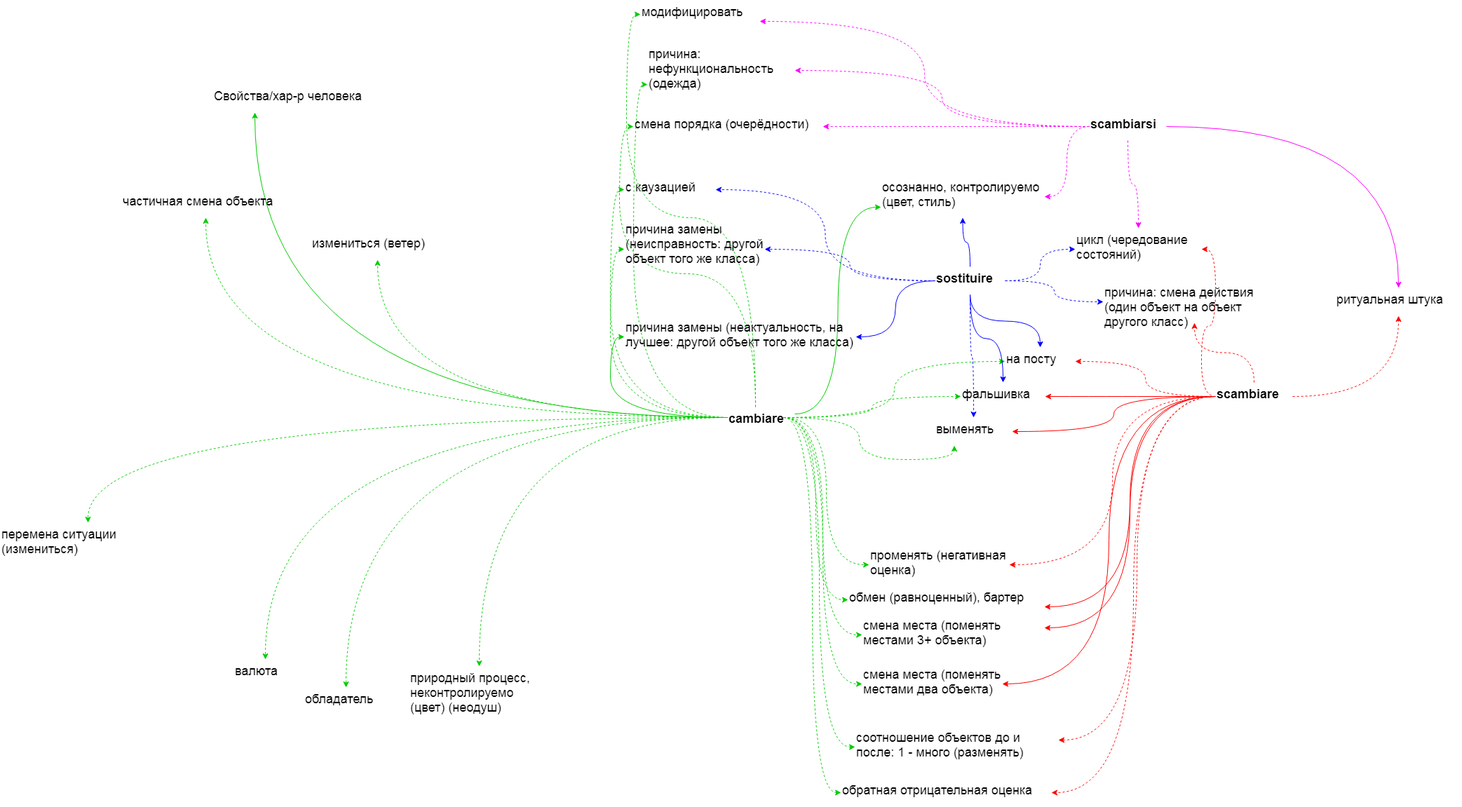
Earlier version of the draw.io export итал.png (JanaKoko/try). Source tidied: cells renumbered, new cells last; positions are measured from the earlier drawing's top-left corner, leaving out a move shared by most shapes.
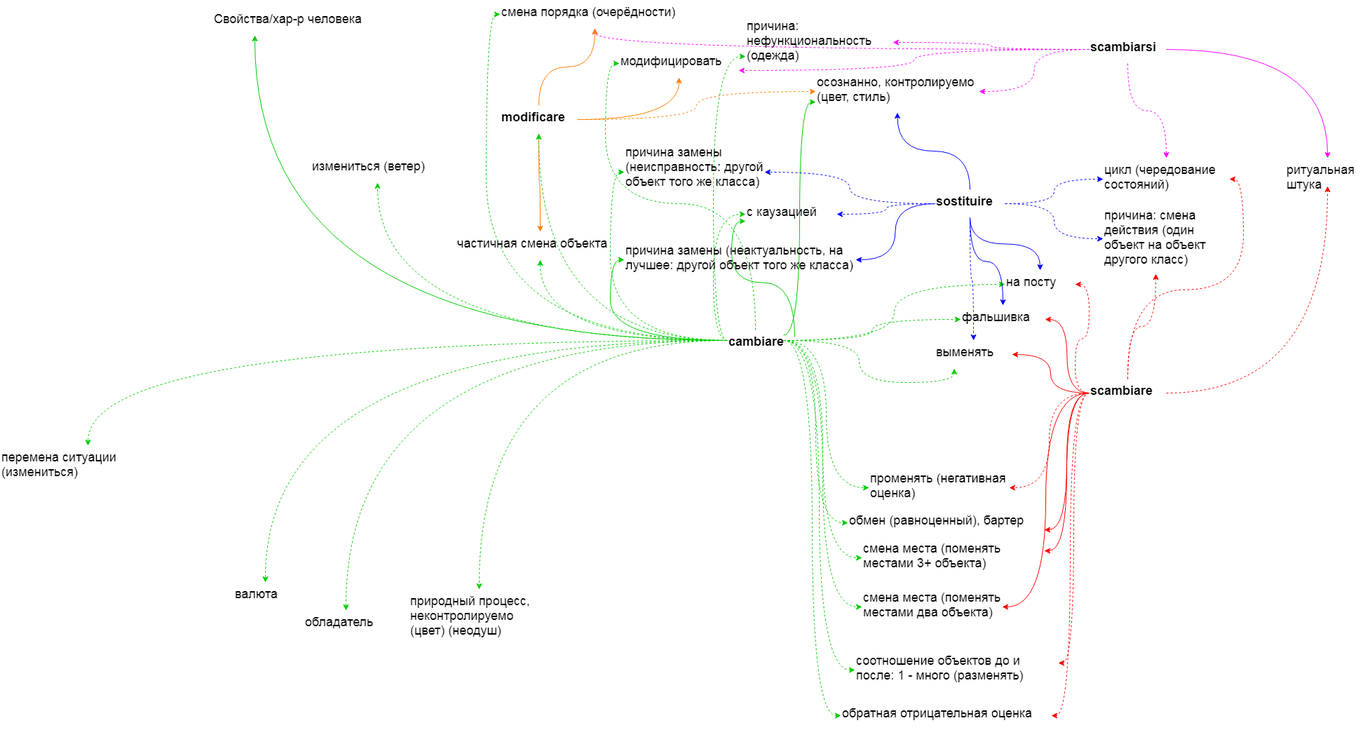
The same file after the commit.

What changed in the source:
```diff
@@ -8,17 +8,12 @@
     <mxCell id="3" style="edgeStyle=orthogonalEdgeStyle;curved=1;rounded=0;jettySize=auto;html=1;fontSize=18;strokeColor=#00CC00;entryX=0;entryY=0.5;entryDx=0;entryDy=0;exitX=0;exitY=0.5;exitDx=0;exitDy=0;" parent="1" edge="1" source="25" target="27">
       <mxGeometry relative="1" as="geometry" />
     </mxCell>
-    <mxCell id="4" style="edgeStyle=orthogonalEdgeStyle;curved=1;rounded=0;jettySize=auto;html=1;fontSize=18;strokeColor=#00CC00;entryX=0;entryY=0.75;entryDx=0;entryDy=0;" parent="1" edge="1" target="28">
-      <mxGeometry relative="1" as="geometry">
-        <mxPoint x="1133" y="590" as="sourcePoint" />
-      </mxGeometry>
+    <mxCell id="4" style="edgeStyle=orthogonalEdgeStyle;curved=1;rounded=0;jettySize=auto;html=1;fontSize=18;strokeColor=#00CC00;entryX=0;entryY=0.75;entryDx=0;entryDy=0;exitX=1;exitY=0.25;exitDx=0;exitDy=0;" parent="1" edge="1" source="25" target="28">
+      <mxGeometry relative="1" as="geometry" />
     </mxCell>
     <mxCell id="5" style="edgeStyle=orthogonalEdgeStyle;curved=1;rounded=0;jettySize=auto;html=1;entryX=0;entryY=0.5;entryDx=0;entryDy=0;fontSize=18;dashed=1;strokeColor=#00CC00;" parent="1" edge="1" source="25" target="62">
       <mxGeometry relative="1" as="geometry" />
     </mxCell>
-    <mxCell id="6" style="edgeStyle=orthogonalEdgeStyle;curved=1;rounded=0;jettySize=auto;html=1;entryX=0.5;entryY=1;entryDx=0;entryDy=0;dashed=1;fontSize=18;strokeColor=#00CC00;" parent="1" edge="1" source="25" target="40">
-      <mxGeometry relative="1" as="geometry" />
-    </mxCell>
     <mxCell id="7" style="edgeStyle=orthogonalEdgeStyle;curved=1;rounded=0;jettySize=auto;html=1;entryX=0;entryY=0.5;entryDx=0;entryDy=0;dashed=1;fontSize=18;strokeColor=#00CC00;" parent="1" edge="1" source="25" target="46">
       <mxGeometry relative="1" as="geometry" />
     </mxCell>
@@ -73,6 +68,9 @@
     <mxCell id="24" style="edgeStyle=orthogonalEdgeStyle;curved=1;rounded=0;jettySize=auto;html=1;entryX=0;entryY=0.5;entryDx=0;entryDy=0;dashed=1;strokeColor=#00CC00;fontSize=18;" parent="1" edge="1" source="25" target="44">
       <mxGeometry relative="1" as="geometry" />
     </mxCell>
+    <mxCell id="6" style="edgeStyle=orthogonalEdgeStyle;curved=1;rounded=0;jettySize=auto;html=1;dashed=1;strokeColor=#00CC00;fontSize=18;" parent="1" edge="1" source="25" target="40">
+      <mxGeometry relative="1" as="geometry" />
+    </mxCell>
     <mxCell id="25" value="cambiare" style="text;whiteSpace=wrap;html=1;fontSize=18;fontStyle=1;" parent="1" vertex="1">
       <mxGeometry x="1037" y="580" width="80" height="30" as="geometry" />
     </mxCell>
@@ -83,7 +81,7 @@
       <mxGeometry x="890" y="450" width="330" height="60" as="geometry" />
     </mxCell>
     <mxCell id="28" value="осознанно, контролируемо (цвет, стиль)" style="text;whiteSpace=wrap;html=1;fontSize=18;" parent="1" vertex="1">
-      <mxGeometry x="1256" y="250" width="233" height="60" as="geometry" />
+      <mxGeometry x="1163" y="210" width="233" height="60" as="geometry" />
     </mxCell>
     <mxCell id="29" value="выменять" style="text;whiteSpace=wrap;html=1;fontSize=18;" parent="1" vertex="1">
       <mxGeometry x="1333" y="595" width="110" height="40" as="geometry" />
@@ -92,7 +90,7 @@
       <mxGeometry x="1229" y="875" width="260" height="40" as="geometry" />
     </mxCell>
     <mxCell id="31" value="причина: нефункциональность (одежда)" style="text;whiteSpace=wrap;html=1;fontSize=18;" parent="1" vertex="1">
-      <mxGeometry x="923" y="60" width="210" height="80" as="geometry" />
+      <mxGeometry x="1063" y="130" width="210" height="80" as="geometry" />
     </mxCell>
     <mxCell id="32" value="природный процесс, неконтролируемо (цвет) (неодуш)" style="text;whiteSpace=wrap;html=1;fontSize=18;" parent="1" vertex="1">
       <mxGeometry x="583" y="950" width="200" height="90" as="geometry" />
@@ -107,19 +105,19 @@
       <mxGeometry y="745" width="250" height="40" as="geometry" />
     </mxCell>
     <mxCell id="36" value="модифицировать" style="text;whiteSpace=wrap;html=1;fontSize=18;" parent="1" vertex="1">
-      <mxGeometry x="913" width="170" height="40" as="geometry" />
+      <mxGeometry x="883" y="180" width="170" height="40" as="geometry" />
     </mxCell>
     <mxCell id="37" value="соотношение объектов до и после: 1 - много (разменять)" style="text;whiteSpace=wrap;html=1;fontSize=18;" parent="1" vertex="1">
       <mxGeometry x="1219" y="1035" width="290" height="40" as="geometry" />
     </mxCell>
     <mxCell id="38" value="смена порядка (очерёдности)" style="text;whiteSpace=wrap;html=1;fontSize=18;" parent="1" vertex="1">
-      <mxGeometry x="903" y="160" width="270" height="40" as="geometry" />
+      <mxGeometry x="713" y="110" width="270" height="40" as="geometry" />
     </mxCell>
     <mxCell id="39" value="причина замены (неисправность: другой объект того же класса)" style="text;whiteSpace=wrap;html=1;fontSize=18;" parent="1" vertex="1">
       <mxGeometry x="890" y="310" width="200" height="90" as="geometry" />
     </mxCell>
     <mxCell id="40" value="частичная смена объекта" style="text;whiteSpace=wrap;html=1;fontSize=18;" parent="1" vertex="1">
-      <mxGeometry x="173" y="270" width="240" height="40" as="geometry" />
+      <mxGeometry x="650" y="440" width="240" height="40" as="geometry" />
     </mxCell>
     <mxCell id="41" value="измениться (ветер)" style="text;whiteSpace=wrap;html=1;fontSize=18;" parent="1" vertex="1">
       <mxGeometry x="443" y="330" width="190" height="40" as="geometry" />
@@ -139,9 +137,6 @@
     <mxCell id="46" value="променять (негативная оценка)" style="text;whiteSpace=wrap;html=1;fontSize=18;" parent="1" vertex="1">
       <mxGeometry x="1239" y="775" width="200" height="60" as="geometry" />
     </mxCell>
-    <mxCell id="47" value="с каузацией" style="text;whiteSpace=wrap;html=1;fontSize=18;" parent="1" vertex="1">
-      <mxGeometry x="890" y="250" width="130" height="40" as="geometry" />
-    </mxCell>
     <mxCell id="48" style="edgeStyle=orthogonalEdgeStyle;curved=1;rounded=0;jettySize=auto;html=1;entryX=1;entryY=0.5;entryDx=0;entryDy=0;strokeColor=#FF0000;fontSize=18;" parent="1" edge="1" source="59" target="30">
       <mxGeometry relative="1" as="geometry" />
     </mxCell>
@@ -160,7 +155,7 @@
     <mxCell id="53" style="edgeStyle=orthogonalEdgeStyle;curved=1;rounded=0;jettySize=auto;html=1;entryX=0.5;entryY=1;entryDx=0;entryDy=0;strokeColor=#FF0000;fontSize=18;dashed=1;" parent="1" edge="1" source="59" target="60">
       <mxGeometry relative="1" as="geometry" />
     </mxCell>
-    <mxCell id="54" style="edgeStyle=orthogonalEdgeStyle;curved=1;rounded=0;jettySize=auto;html=1;entryX=0.5;entryY=1;entryDx=0;entryDy=0;dashed=1;strokeColor=#FF0000;fontSize=18;" parent="1" edge="1" source="59" target="61">
+    <mxCell id="54" style="edgeStyle=orthogonalEdgeStyle;curved=1;rounded=0;jettySize=auto;html=1;entryX=0.5;entryY=1;entryDx=0;entryDy=0;dashed=1;strokeColor=#FF0000;fontSize=18;exitX=0.5;exitY=0;exitDx=0;exitDy=0;" parent="1" edge="1" source="59" target="61">
       <mxGeometry relative="1" as="geometry" />
     </mxCell>
     <mxCell id="55" style="edgeStyle=orthogonalEdgeStyle;curved=1;rounded=0;jettySize=auto;html=1;dashed=1;strokeColor=#FF0000;fontSize=18;entryX=1;entryY=0.5;entryDx=0;entryDy=0;" parent="1" edge="1" source="59" target="37">
@@ -176,13 +171,13 @@
       <mxGeometry relative="1" as="geometry" />
     </mxCell>
     <mxCell id="59" value="scambiare" style="text;whiteSpace=wrap;html=1;fontSize=18;fontStyle=1;" parent="1" vertex="1">
-      <mxGeometry x="1733" y="545" width="110" height="40" as="geometry" />
+      <mxGeometry x="1553" y="650" width="110" height="40" as="geometry" />
     </mxCell>
     <mxCell id="60" value="ритуальная штука" style="text;whiteSpace=wrap;html=1;fontSize=18;" parent="1" vertex="1">
-      <mxGeometry x="1904" y="410" width="180" height="40" as="geometry" />
+      <mxGeometry x="1833" y="335" width="120" height="40" as="geometry" />
     </mxCell>
     <mxCell id="61" value="причина: смена действия (один объект на объект другого класс)" style="text;whiteSpace=wrap;html=1;fontSize=18;" parent="1" vertex="1">
-      <mxGeometry x="1573" y="400" width="260" height="60" as="geometry" />
+      <mxGeometry x="1573" y="400" width="150" height="100" as="geometry" />
     </mxCell>
     <mxCell id="62" value="смена места (поменять местами два объекта)" style="text;whiteSpace=wrap;html=1;fontSize=18;" parent="1" vertex="1">
       <mxGeometry x="1229" y="945" width="200" height="60" as="geometry" />
@@ -239,10 +234,36 @@
       <mxGeometry x="1553" y="160" width="110" height="40" as="geometry" />
     </mxCell>
     <mxCell id="80" value="цикл (чередование состояний)" style="text;whiteSpace=wrap;html=1;fontSize=18;" parent="1" vertex="1">
-      <mxGeometry x="1533" y="325" width="180" height="60" as="geometry" />
+      <mxGeometry x="1573" y="335" width="180" height="60" as="geometry" />
     </mxCell>
-    <mxCell id="81" style="edgeStyle=orthogonalEdgeStyle;curved=1;rounded=0;jettySize=auto;html=1;entryX=1;entryY=0.5;entryDx=0;entryDy=0;dashed=1;strokeColor=#FF0000;fontSize=18;" parent="1" edge="1" source="59" target="80">
+    <mxCell id="81" style="edgeStyle=orthogonalEdgeStyle;curved=1;rounded=0;jettySize=auto;html=1;entryX=1;entryY=0.5;entryDx=0;entryDy=0;dashed=1;strokeColor=#FF0000;fontSize=18;exitX=0.5;exitY=0;exitDx=0;exitDy=0;" parent="1" edge="1" source="59" target="80">
       <mxGeometry relative="1" as="geometry" />
     </mxCell>
+    <mxCell id="82" style="edgeStyle=orthogonalEdgeStyle;curved=1;rounded=0;jettySize=auto;html=1;strokeColor=#FF8000;fontSize=18;" parent="1" edge="1" source="86" target="36">
+      <mxGeometry relative="1" as="geometry" />
+    </mxCell>
+    <mxCell id="83" style="edgeStyle=orthogonalEdgeStyle;curved=1;rounded=0;jettySize=auto;html=1;strokeColor=#FF8000;fontSize=18;" parent="1" edge="1" source="86" target="40">
+      <mxGeometry relative="1" as="geometry" />
+    </mxCell>
+    <mxCell id="84" style="edgeStyle=orthogonalEdgeStyle;curved=1;rounded=0;jettySize=auto;html=1;strokeColor=#FF8000;fontSize=18;" parent="1" edge="1" source="86" target="38">
+      <mxGeometry relative="1" as="geometry" />
+    </mxCell>
+    <mxCell id="85" style="edgeStyle=orthogonalEdgeStyle;curved=1;rounded=0;jettySize=auto;html=1;strokeColor=#FF8000;fontSize=18;dashed=1;" parent="1" edge="1" source="86" target="28">
+      <mxGeometry relative="1" as="geometry" />
+    </mxCell>
+    <mxCell id="86" value="modificare" style="text;whiteSpace=wrap;html=1;fontSize=18;fontStyle=1;" parent="1" vertex="1">
+      <mxGeometry x="713" y="260" width="110" height="40" as="geometry" />
+    </mxCell>
+    <mxCell id="87" style="edgeStyle=orthogonalEdgeStyle;curved=1;rounded=0;jettySize=auto;html=1;entryX=0.5;entryY=1;entryDx=0;entryDy=0;dashed=1;fontSize=18;strokeColor=#00CC00;" parent="1" edge="1" source="25" target="86">
+      <mxGeometry relative="1" as="geometry" />
+    </mxCell>
+    <mxCell id="47" value="с каузацией" style="text;whiteSpace=wrap;html=1;fontSize=18;" parent="1" vertex="1">
+      <mxGeometry x="1063" y="395" width="130" height="40" as="geometry" />
+    </mxCell>
+    <mxCell id="88" style="edgeStyle=orthogonalEdgeStyle;curved=1;rounded=0;jettySize=auto;html=1;fontSize=18;strokeColor=#00CC00;entryX=0;entryY=0.75;entryDx=0;entryDy=0;" parent="1" edge="1" target="47">
+      <mxGeometry relative="1" as="geometry">
+        <mxPoint x="1133" y="590" as="sourcePoint" />
+      </mxGeometry>
+    </mxCell>
   </root>
 </mxGraphModel>
```
